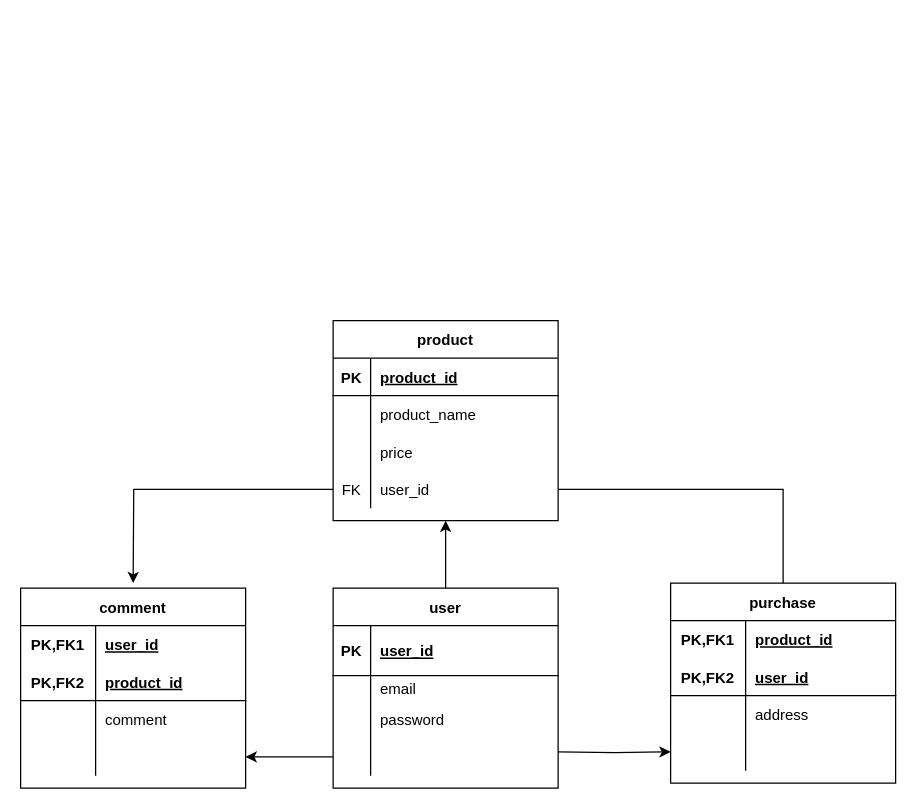
Above: frima-29571.dio in Z0048510/frima-29571 (draw.io), before the change. Source tidied: cells renumbered, new cells numbered last; positions are measured from the earlier drawing's top-left corner, leaving out a move shared by most shapes. Both pictures are drawn from the tidied source at 125%, with x=0, y=0 at pixel (20, 320).
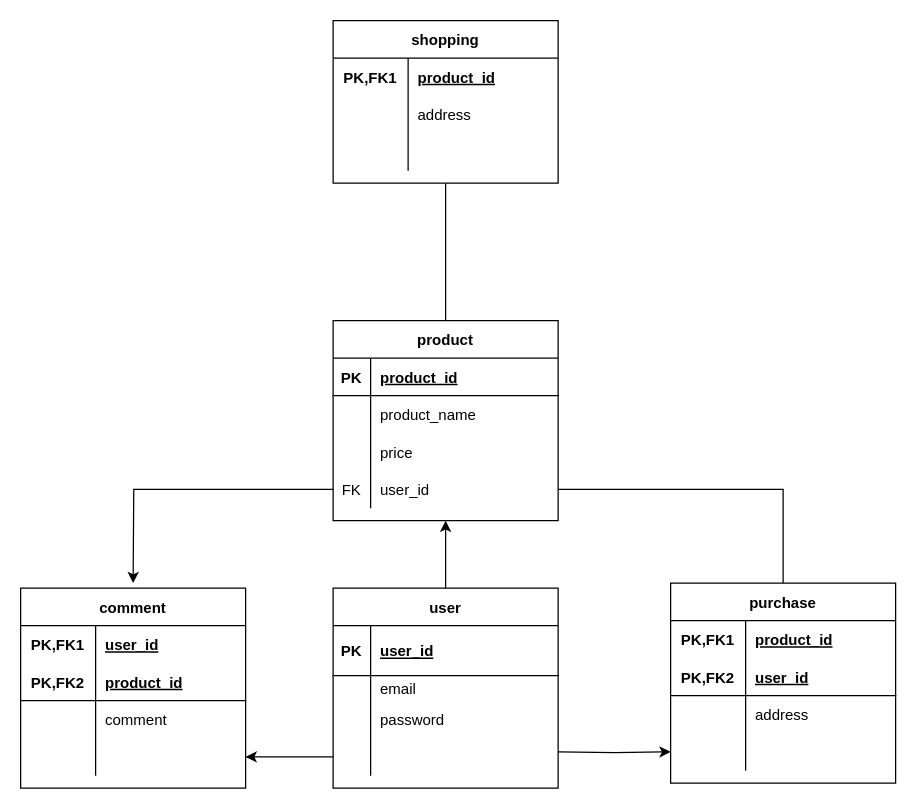
After the change.

Commit message (it also covers changes not shown here):
DB設計(レビュー後の修正１)

The change refers to these unchanged cells:
```xml
<mxCell id="16" value="product" style="shape=table;startSize=30;childLayout=tableLayout;rowLines=0;fontStyle=1;align=center;" parent="1" vertex="1">
  <mxGeometry x="250" width="180" height="160" as="geometry" />
</mxCell>
```

Diff of the diagram source:
```diff
@@
+    <mxCell id="59" style="edgeStyle=orthogonalEdgeStyle;rounded=0;jettySize=auto;html=1;exitX=0.5;exitY=0;exitDx=0;exitDy=0;entryX=0.5;entryY=1;entryDx=0;entryDy=0;endArrow=none;endFill=0;" parent="1" edge="1" source="16" target="60">
+      <mxGeometry relative="1" as="geometry" />
+    </mxCell>
@@
+    <mxCell id="60" value="shopping" style="shape=table;startSize=30;childLayout=tableLayout;rowLines=0;fontStyle=1;align=center;" parent="1" vertex="1">
+      <mxGeometry x="250" y="-240" width="180" height="130" as="geometry" />
+    </mxCell>
+    <mxCell id="61" style="shape=partialRectangle;fillColor=none;top=0;left=0;bottom=0;right=0;" parent="60" vertex="1">
+      <mxGeometry y="30" width="180" height="30" as="geometry" />
+    </mxCell>
+    <mxCell id="62" value="PK,FK1" style="shape=partialRectangle;fillColor=none;top=0;left=0;bottom=0;right=0;fontStyle=1;overflow=hidden;" parent="61" vertex="1">
+      <mxGeometry width="60" height="30" as="geometry" />
+    </mxCell>
+    <mxCell id="63" value="product_id" style="shape=partialRectangle;fillColor=none;top=0;left=0;bottom=0;right=0;align=left;spacingLeft=6;fontStyle=5;overflow=hidden;" parent="61" vertex="1">
+      <mxGeometry x="60" width="120" height="30" as="geometry" />
+    </mxCell>
+    <mxCell id="64" style="shape=partialRectangle;fillColor=none;top=0;left=0;bottom=0;right=0;" parent="60" vertex="1">
+      <mxGeometry y="60" width="180" height="30" as="geometry" />
+    </mxCell>
+    <mxCell id="65" style="shape=partialRectangle;fillColor=none;top=0;left=0;bottom=0;right=0;overflow=hidden;" parent="64" vertex="1">
+      <mxGeometry width="60" height="30" as="geometry" />
+    </mxCell>
+    <mxCell id="66" value="address" style="shape=partialRectangle;fillColor=none;top=0;left=0;bottom=0;right=0;align=left;spacingLeft=6;overflow=hidden;" parent="64" vertex="1">
+      <mxGeometry x="60" width="120" height="30" as="geometry" />
+    </mxCell>
+    <mxCell id="67" style="shape=partialRectangle;fillColor=none;top=0;left=0;bottom=0;right=0;" parent="60" vertex="1">
+      <mxGeometry y="90" width="180" height="30" as="geometry" />
+    </mxCell>
+    <mxCell id="68" style="shape=partialRectangle;fillColor=none;top=0;left=0;bottom=0;right=0;overflow=hidden;" parent="67" vertex="1">
+      <mxGeometry width="60" height="30" as="geometry" />
+    </mxCell>
+    <mxCell id="69" style="shape=partialRectangle;fillColor=none;top=0;left=0;bottom=0;right=0;align=left;spacingLeft=6;overflow=hidden;" parent="67" vertex="1">
+      <mxGeometry x="60" width="120" height="30" as="geometry" />
+    </mxCell>
```
